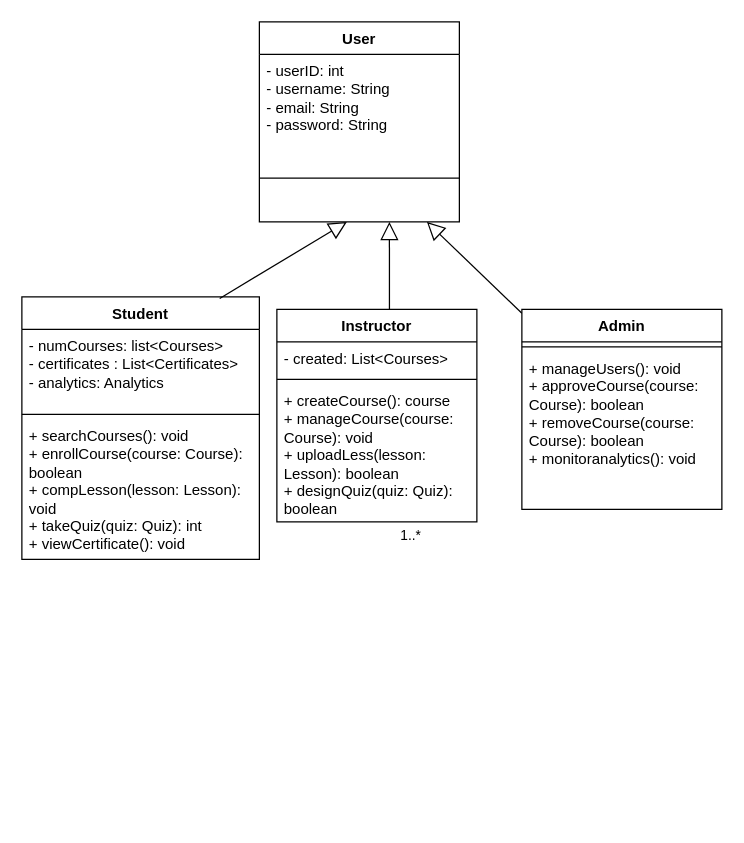
Above: Untitled Diagram.drawio in adhambasha1155/Uml (draw.io), before the change. Source tidied: cells renumbered, new cells numbered last; positions are measured from the earlier drawing's top-left corner, leaving out a move shared by most shapes. Both pictures are drawn from the tidied source at 125%, with x=0, y=0 at pixel (21, 21).
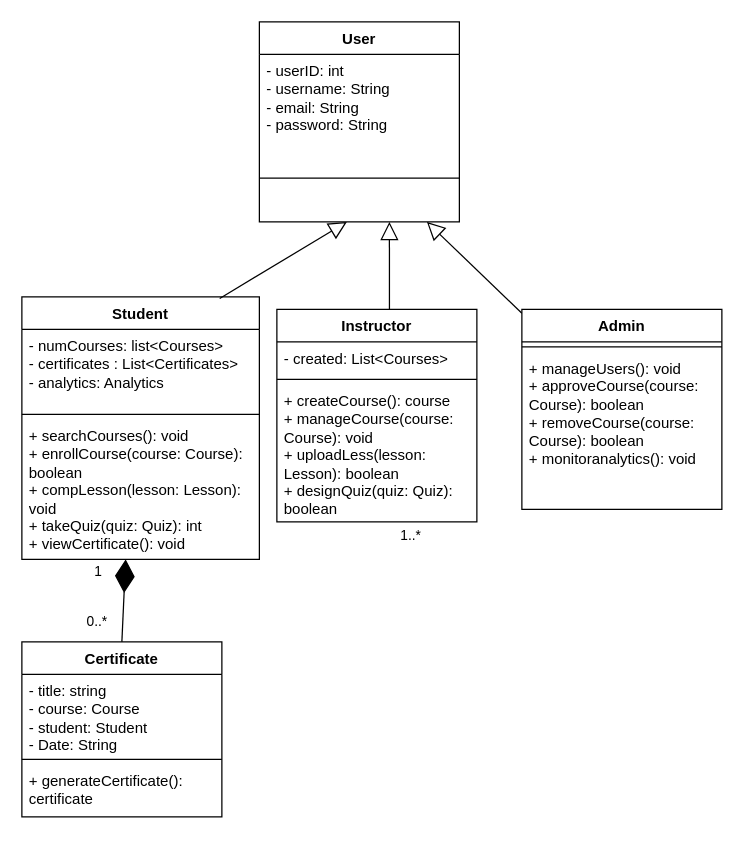
Above is the later version.

What changed in the source:
```diff
@@
+    <mxCell id="21" value="Certificate" style="swimlane;fontStyle=1;align=center;verticalAlign=top;horizontal=1;startSize=26;whiteSpace=wrap;html=1;" parent="1" vertex="1">
+      <mxGeometry y="496" width="160" height="140" as="geometry" />
+    </mxCell>
+    <mxCell id="22" value="- title: string&lt;div&gt;- course: Course&lt;/div&gt;&lt;div&gt;- student: Student&lt;/div&gt;&lt;div&gt;- Date: String&lt;/div&gt;&lt;div&gt;&lt;br&gt;&lt;/div&gt;" style="text;strokeColor=none;fillColor=none;align=left;verticalAlign=top;spacingLeft=4;spacingRight=4;overflow=hidden;whiteSpace=wrap;html=1;" parent="21" vertex="1">
+      <mxGeometry y="26" width="160" height="64" as="geometry" />
+    </mxCell>
+    <mxCell id="23" style="line;strokeWidth=1;fillColor=none;align=left;verticalAlign=middle;spacingTop=-1;spacingLeft=3;spacingRight=3;labelPosition=right;strokeColor=inherit;" parent="21" vertex="1">
+      <mxGeometry y="90" width="160" height="8" as="geometry" />
+    </mxCell>
+    <mxCell id="24" value="+ generateCertificate(): certificate" style="text;strokeColor=none;fillColor=none;align=left;verticalAlign=top;spacingLeft=4;spacingRight=4;overflow=hidden;whiteSpace=wrap;html=1;" parent="21" vertex="1">
+      <mxGeometry y="98" width="160" height="42" as="geometry" />
+    </mxCell>
+    <mxCell id="25" style="endArrow=diamondThin;endFill=1;endSize=24;html=1;rounded=0;exitX=0.5;exitY=0;exitDx=0;exitDy=0;entryX=0.438;entryY=1.035;entryDx=0;entryDy=0;entryPerimeter=0;" parent="1" edge="1" source="21">
+      <mxGeometry relative="1" as="geometry">
+        <mxPoint x="83" y="430" as="targetPoint" />
+      </mxGeometry>
+    </mxCell>
+    <mxCell id="26" value="0..*" style="edgeLabel;html=1;align=center;verticalAlign=middle;" parent="25" vertex="1">
+      <mxGeometry x="-0.02" y="-3" relative="1" as="geometry">
+        <mxPoint x="-25" y="15" as="offset" />
+      </mxGeometry>
+    </mxCell>
+    <mxCell id="27" value="1" style="edgeLabel;html=1;align=center;verticalAlign=middle;" parent="25" vertex="1">
+      <mxGeometry x="-0.09" relative="1" as="geometry">
+        <mxPoint x="-21" y="-27" as="offset" />
+      </mxGeometry>
+    </mxCell>
```
